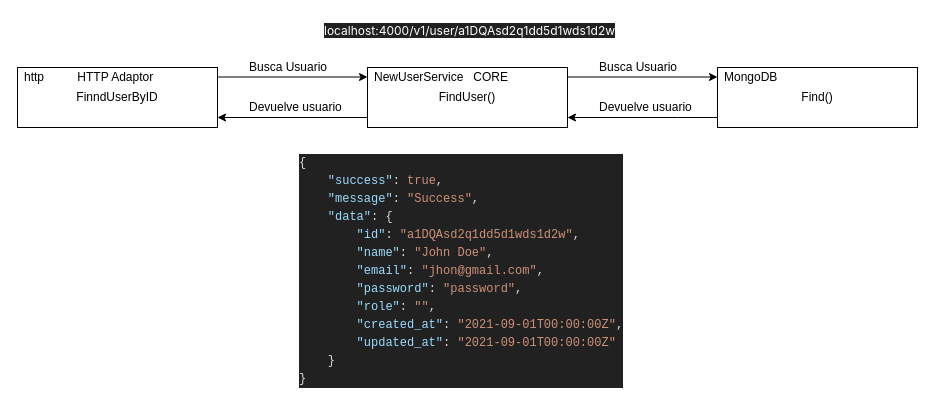
The draw.io diagram flujo.drawio in FxIvan/setup_server_go, before the edit. Source tidied: cells renumbered, new cells numbered last; positions are measured from the earlier drawing's top-left corner, leaving out a move shared by most shapes. Both pictures are drawn from the tidied source at 100%, with x=0, y=0 at pixel (17, 17).
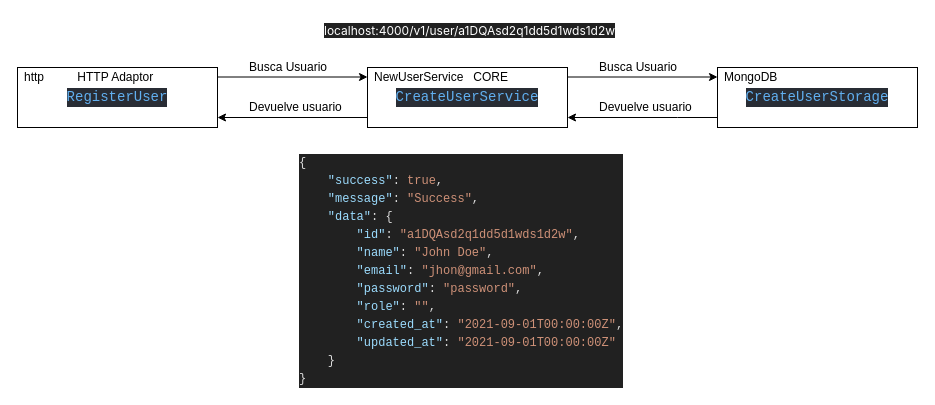
After the change.

The edit, as a diff of the source:
```diff
@@
-    <mxCell id="3" value="FinndUserByID" style="rounded=0;whiteSpace=wrap;html=1;" parent="1" vertex="1">
+    <mxCell id="3" value="&lt;div style=&quot;color: rgb(171, 178, 191); background-color: rgb(40, 44, 52); font-family: Consolas, &amp;quot;Courier New&amp;quot;, monospace; font-size: 14px; line-height: 19px;&quot;&gt;&lt;span style=&quot;color: #61afef;&quot;&gt;RegisterUser&lt;/span&gt;&lt;/div&gt;" style="rounded=0;whiteSpace=wrap;html=1;" parent="1" vertex="1">
       <mxGeometry y="50" width="200" height="60" as="geometry" />
     </mxCell>
@@
-    <mxCell id="5" value="FindUser()" style="rounded=0;whiteSpace=wrap;html=1;" parent="1" vertex="1">
+    <mxCell id="5" value="&lt;div style=&quot;color: rgb(171, 178, 191); background-color: rgb(40, 44, 52); font-family: Consolas, &amp;quot;Courier New&amp;quot;, monospace; font-size: 14px; line-height: 19px;&quot;&gt;&lt;span style=&quot;color: #61afef;&quot;&gt;CreateUserService&lt;/span&gt;&lt;/div&gt;" style="rounded=0;whiteSpace=wrap;html=1;" parent="1" vertex="1">
       <mxGeometry x="350" y="50" width="200" height="60" as="geometry" />
     </mxCell>
@@
-    <mxCell id="7" value="Find()" style="rounded=0;whiteSpace=wrap;html=1;" parent="1" vertex="1">
+    <mxCell id="7" value="&lt;div style=&quot;color: rgb(171, 178, 191); background-color: rgb(40, 44, 52); font-family: Consolas, &amp;quot;Courier New&amp;quot;, monospace; font-size: 14px; line-height: 19px;&quot;&gt;&lt;span style=&quot;color: #61afef;&quot;&gt;CreateUserStorage&lt;/span&gt;&lt;/div&gt;" style="rounded=0;whiteSpace=wrap;html=1;" parent="1" vertex="1">
       <mxGeometry x="700" y="50" width="200" height="60" as="geometry" />
     </mxCell>
```
